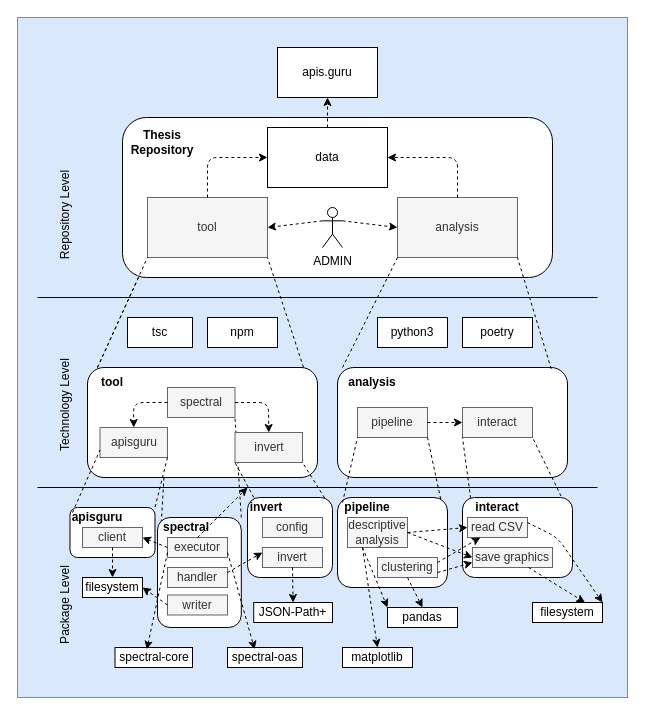
This is requirements/diagram/buildingblockview.drawio from paulbrenker/thesis, a draw.io file, before an edit. Source tidied: cells renumbered, new cells numbered last; positions are measured from the earlier drawing's top-left corner, leaving out a move shared by most shapes. Both pictures are drawn from the tidied source at 100%, with x=0, y=0 at pixel (7, 17).
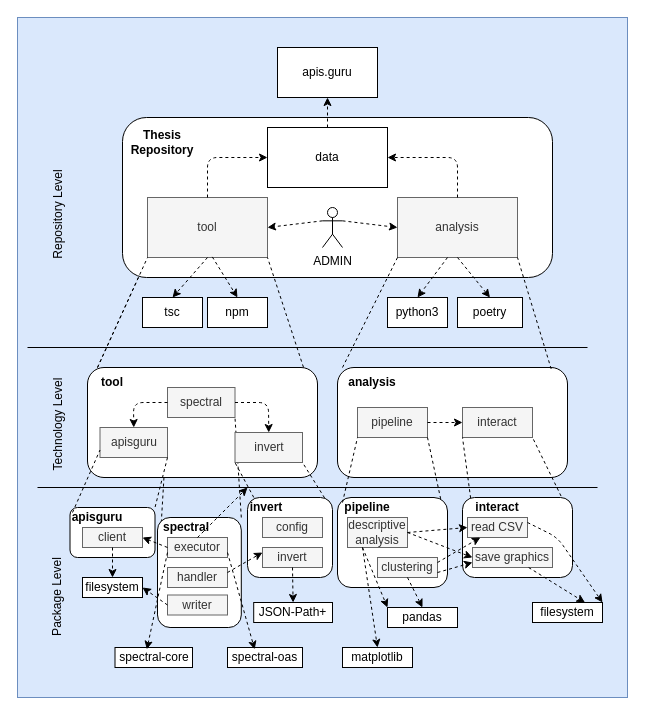
After the change.

Commit message (it also covers changes not shown here):
describe architecture diagrams also in text

The change refers to these unchanged cells:
```xml
<mxCell id="11" value="tool" style="rounded=0;whiteSpace=wrap;html=1;fillColor=#f5f5f5;fontColor=#333333;strokeColor=#666666;" parent="1" vertex="1">
  <mxGeometry x="140" y="180" width="120" height="60" as="geometry" />
</mxCell>
<mxCell id="12" value="analysis" style="rounded=0;whiteSpace=wrap;html=1;fillColor=#f5f5f5;fontColor=#333333;strokeColor=#666666;" parent="1" vertex="1">
  <mxGeometry x="390" y="180" width="120" height="60" as="geometry" />
</mxCell>
```

Diff of the diagram source:
```diff
@@
     <mxCell id="5" value="Repository Level" style="text;html=1;strokeColor=none;fillColor=none;align=center;verticalAlign=middle;whiteSpace=wrap;rounded=0;rotation=270;" parent="1" vertex="1">
-      <mxGeometry y="180" width="115" height="35" as="geometry" />
+      <mxGeometry x="-7.5" y="180" width="115" height="35" as="geometry" />
     </mxCell>
     <mxCell id="6" style="endArrow=none;html=1;" parent="1" edge="1">
       <mxGeometry relative="1" as="geometry">
-        <mxPoint x="30" y="280" as="sourcePoint" />
-        <mxPoint x="590" y="280" as="targetPoint" />
+        <mxPoint x="20" y="330" as="sourcePoint" />
+        <mxPoint x="580" y="330" as="targetPoint" />
       </mxGeometry>
     </mxCell>
     <mxCell id="7" value="Technology Level" style="text;html=1;strokeColor=none;fillColor=none;align=center;verticalAlign=middle;whiteSpace=wrap;rounded=0;rotation=270;" parent="1" vertex="1">
-      <mxGeometry y="370" width="115" height="35" as="geometry" />
+      <mxGeometry x="-7.5" y="390" width="115" height="35" as="geometry" />
     </mxCell>
@@
     <mxCell id="9" value="Package Level" style="text;html=1;strokeColor=none;fillColor=none;align=center;verticalAlign=middle;whiteSpace=wrap;rounded=0;rotation=270;" parent="1" vertex="1">
-      <mxGeometry y="570" width="115" height="35" as="geometry" />
+      <mxGeometry x="-7.5" y="562.5" width="115" height="35" as="geometry" />
     </mxCell>
@@
     <mxCell id="36" value="tsc" style="rounded=0;whiteSpace=wrap;html=1;" parent="1" vertex="1">
-      <mxGeometry x="120" y="300" width="65" height="30" as="geometry" />
+      <mxGeometry x="135" y="280" width="60" height="30" as="geometry" />
     </mxCell>
     <mxCell id="37" value="npm" style="rounded=0;whiteSpace=wrap;html=1;" parent="1" vertex="1">
-      <mxGeometry x="200" y="300" width="70" height="30" as="geometry" />
+      <mxGeometry x="200" y="280" width="60" height="30" as="geometry" />
     </mxCell>
     <mxCell id="38" value="python3" style="rounded=0;whiteSpace=wrap;html=1;" parent="1" vertex="1">
-      <mxGeometry x="370" y="300" width="70" height="30" as="geometry" />
+      <mxGeometry x="380" y="280" width="60" height="30" as="geometry" />
     </mxCell>
     <mxCell id="39" value="poetry" style="rounded=0;whiteSpace=wrap;html=1;" parent="1" vertex="1">
-      <mxGeometry x="455" y="300" width="70" height="30" as="geometry" />
+      <mxGeometry x="450" y="280" width="65" height="30" as="geometry" />
     </mxCell>
@@
+    <mxCell id="95" style="endArrow=classic;html=1;entryX=0.5;entryY=0;entryDx=0;entryDy=0;exitX=0.5;exitY=1;exitDx=0;exitDy=0;dashed=1;" parent="1" edge="1" source="11" target="36">
+      <mxGeometry relative="1" as="geometry" />
+    </mxCell>
+    <mxCell id="96" style="endArrow=classic;html=1;entryX=0.5;entryY=0;entryDx=0;entryDy=0;exitX=0.54;exitY=0.99;exitDx=0;exitDy=0;exitPerimeter=0;dashed=1;" parent="1" edge="1" source="11" target="37">
+      <mxGeometry relative="1" as="geometry" />
+    </mxCell>
+    <mxCell id="97" style="endArrow=classic;html=1;entryX=0.5;entryY=0;entryDx=0;entryDy=0;dashed=1;" parent="1" edge="1" target="38">
+      <mxGeometry relative="1" as="geometry">
+        <mxPoint x="440" y="240" as="sourcePoint" />
+      </mxGeometry>
+    </mxCell>
+    <mxCell id="98" style="endArrow=classic;html=1;entryX=0.5;entryY=0;entryDx=0;entryDy=0;exitX=0.5;exitY=1;exitDx=0;exitDy=0;dashed=1;" parent="1" edge="1" source="12" target="39">
+      <mxGeometry relative="1" as="geometry" />
+    </mxCell>
```
